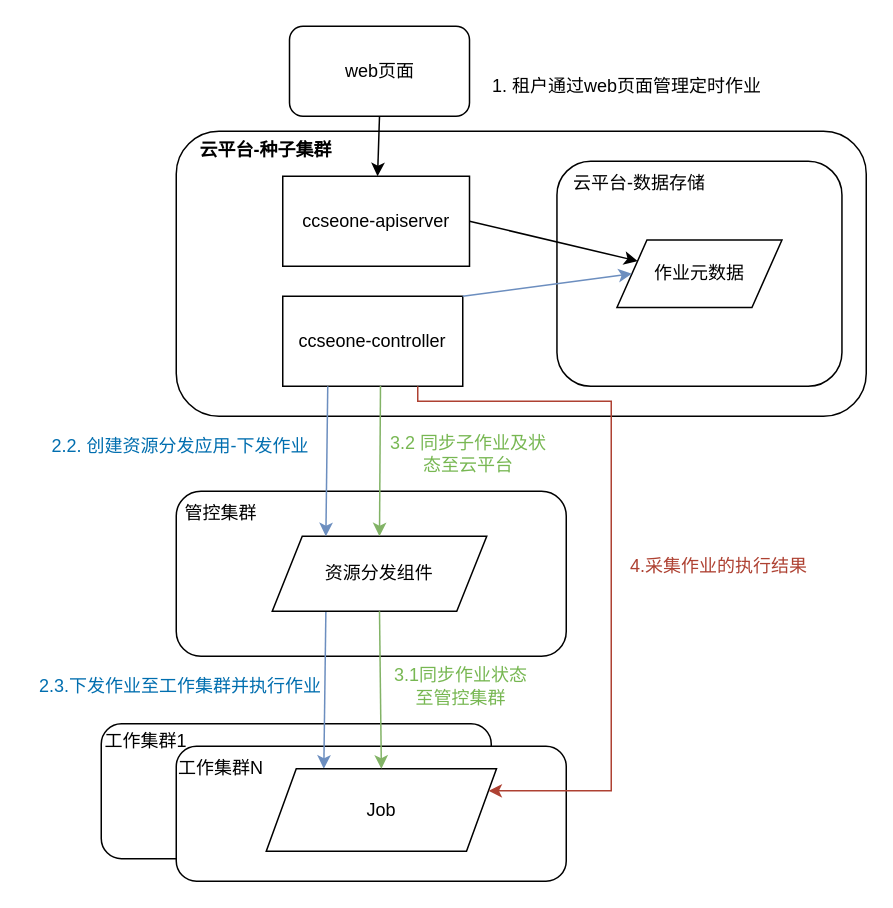
Above: page "第 6页" (6 of 7) of drawio/ccse专利.drawio in Tiny-VS-Lina/ccse (draw.io), before the change. Source tidied: cells renumbered, new cells numbered last; positions are measured from the earlier drawing's top-left corner, leaving out a move shared by most shapes. Both pictures are drawn from the tidied source at 150%, with x=0, y=0 at pixel (26, 26).
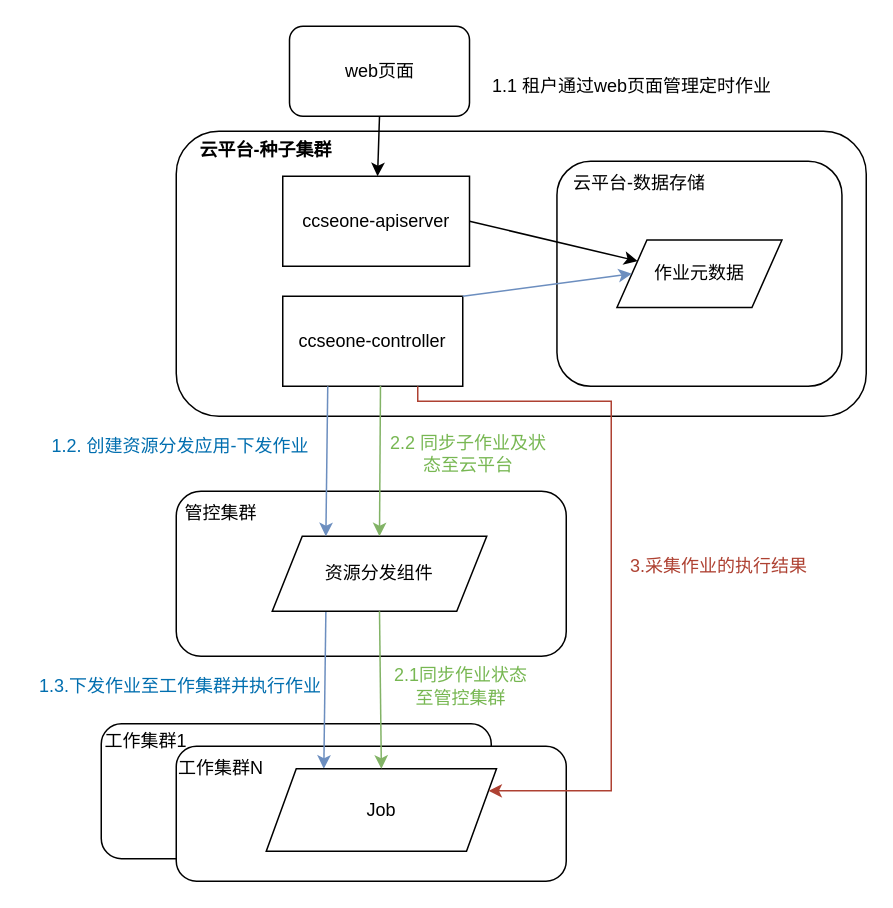
The same diagram, later.

Diff of the diagram source:
```diff
@@
-    <mxCell id="17" value="1.&amp;nbsp;租户通过web页面管理定时作业" style="text;html=1;strokeColor=none;fillColor=none;align=left;verticalAlign=middle;whiteSpace=wrap;rounded=0;" parent="1" vertex="1">
+    <mxCell id="17" value="1.1 租户通过web页面管理定时作业" style="text;html=1;strokeColor=none;fillColor=none;align=left;verticalAlign=middle;whiteSpace=wrap;rounded=0;" parent="1" vertex="1">
       <mxGeometry x="308.5" y="20" width="201" height="40" as="geometry" />
     </mxCell>
@@
-    <mxCell id="20" value="2.3.下发作业至工作集群并执行作业" style="text;html=1;strokeColor=none;fillColor=none;align=center;verticalAlign=middle;whiteSpace=wrap;rounded=0;fontColor=#006eaf;" parent="1" vertex="1">
+    <mxCell id="20" value="1.3.下发作业至工作集群并执行作业" style="text;html=1;strokeColor=none;fillColor=none;align=center;verticalAlign=middle;whiteSpace=wrap;rounded=0;fontColor=#006eaf;" parent="1" vertex="1">
       <mxGeometry y="420" width="205.5" height="40" as="geometry" />
     </mxCell>
@@
-    <mxCell id="24" value="2.2.&amp;nbsp;&lt;span style=&quot;text-align: left;&quot;&gt;创建资源分发应用-下发作业&lt;/span&gt;" style="text;html=1;strokeColor=none;fillColor=none;align=center;verticalAlign=middle;whiteSpace=wrap;rounded=0;fontColor=#006EAF;" parent="1" vertex="1">
+    <mxCell id="24" value="1.2.&amp;nbsp;&lt;span style=&quot;text-align: left;&quot;&gt;创建资源分发应用-下发作业&lt;/span&gt;" style="text;html=1;strokeColor=none;fillColor=none;align=center;verticalAlign=middle;whiteSpace=wrap;rounded=0;fontColor=#006EAF;" parent="1" vertex="1">
       <mxGeometry y="260" width="205.5" height="40" as="geometry" />
     </mxCell>
@@
-    <mxCell id="27" value="3.1同步作业状态至管控集群" style="text;html=1;strokeColor=none;fillColor=none;align=center;verticalAlign=middle;whiteSpace=wrap;rounded=0;fontColor=#77b752;" parent="1" vertex="1">
+    <mxCell id="27" value="2.1同步作业状态至管控集群" style="text;html=1;strokeColor=none;fillColor=none;align=center;verticalAlign=middle;whiteSpace=wrap;rounded=0;fontColor=#77b752;" parent="1" vertex="1">
       <mxGeometry x="240" y="425" width="100" height="30" as="geometry" />
     </mxCell>
@@
-    <mxCell id="29" value="3.2 同步子作业及状态至云平台" style="text;html=1;strokeColor=none;fillColor=none;align=center;verticalAlign=middle;whiteSpace=wrap;rounded=0;fontColor=#77b752;" parent="1" vertex="1">
+    <mxCell id="29" value="2.2 同步子作业及状态至云平台" style="text;html=1;strokeColor=none;fillColor=none;align=center;verticalAlign=middle;whiteSpace=wrap;rounded=0;fontColor=#77b752;" parent="1" vertex="1">
       <mxGeometry x="240" y="270" width="110" height="30" as="geometry" />
     </mxCell>
@@
-    <mxCell id="31" value="4.采集作业的执行结果" style="text;html=1;strokeColor=none;fillColor=none;align=center;verticalAlign=middle;whiteSpace=wrap;rounded=0;fontColor=#ae4132;" parent="1" vertex="1">
+    <mxCell id="31" value="3.采集作业的执行结果" style="text;html=1;strokeColor=none;fillColor=none;align=center;verticalAlign=middle;whiteSpace=wrap;rounded=0;fontColor=#ae4132;" parent="1" vertex="1">
       <mxGeometry x="393.8" y="340" width="136.2" height="40" as="geometry" />
     </mxCell>
```
